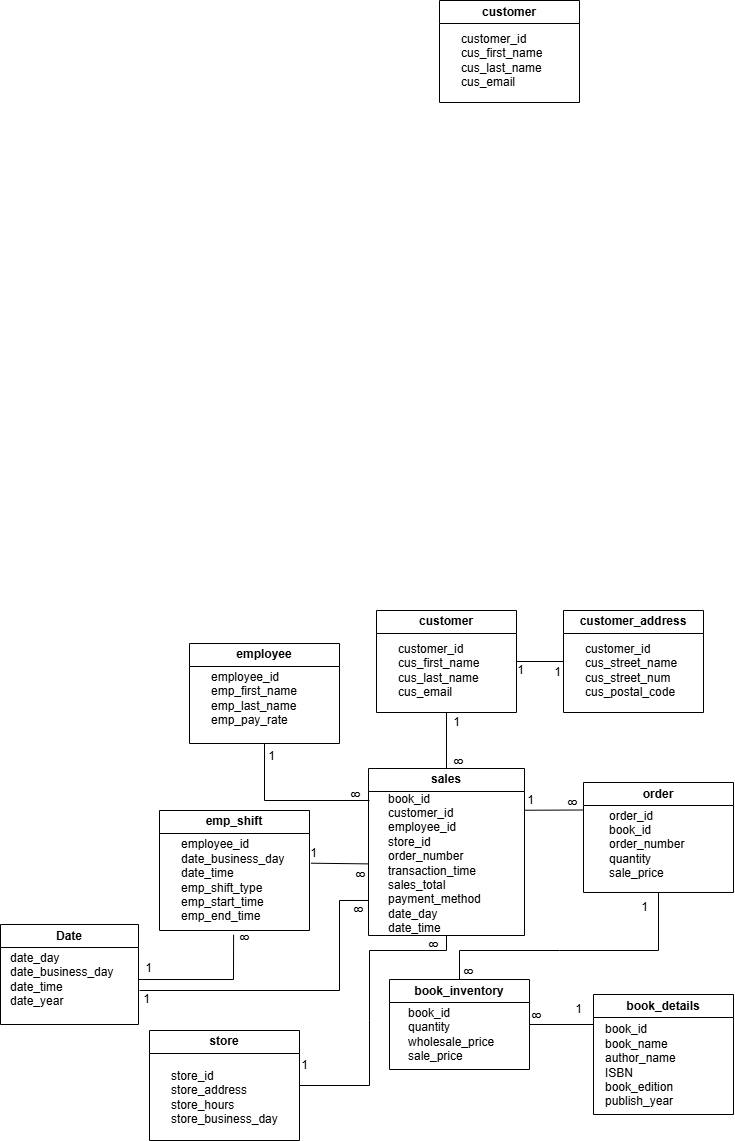
ssadat92/sql keeps this draw.io diagram as 02_activities/assignments/Assignmet2Promt2.png. Above is the earlier version. Source tidied: cells renumbered, new cells last; positions are measured from the earlier drawing's top-left corner, leaving out a move shared by most shapes.
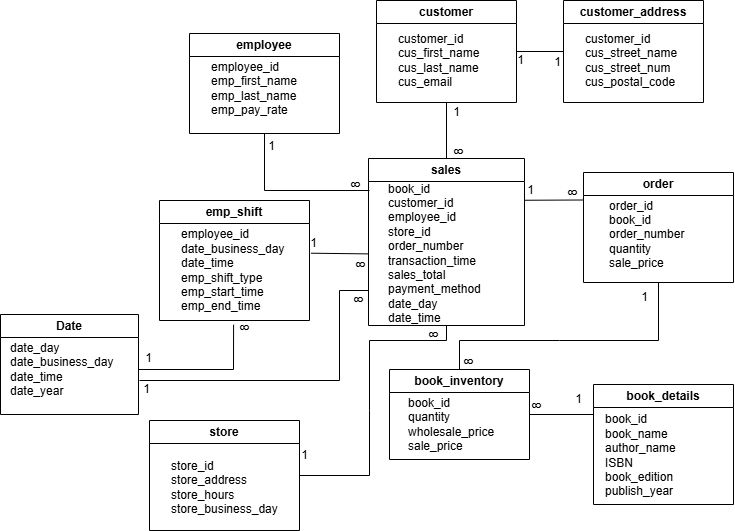
After the change.

Change to the diagram source:
```diff
@@ -122,12 +122,6 @@
         </Array>
       </mxGeometry>
     </mxCell>
-    <mxCell id="36" value="customer" style="swimlane;whiteSpace=wrap;html=1;" parent="1" vertex="1">
-      <mxGeometry x="439" width="140" height="102" as="geometry" />
-    </mxCell>
-    <mxCell id="37" value="customer_id&lt;br&gt;&lt;div&gt;cus_first_name&lt;/div&gt;&lt;div&gt;cus_last_name&lt;/div&gt;&lt;div&gt;cus_email&lt;/div&gt;" style="text;html=1;align=left;verticalAlign=middle;strokeColor=none;fillColor=none;" parent="36" vertex="1">
-      <mxGeometry x="20" y="25" width="100" height="70" as="geometry" />
-    </mxCell>
     <mxCell id="38" value="customer_address" style="swimlane;whiteSpace=wrap;html=1;" parent="1" vertex="1">
       <mxGeometry x="563" y="610" width="140" height="102" as="geometry" />
     </mxCell>
```
